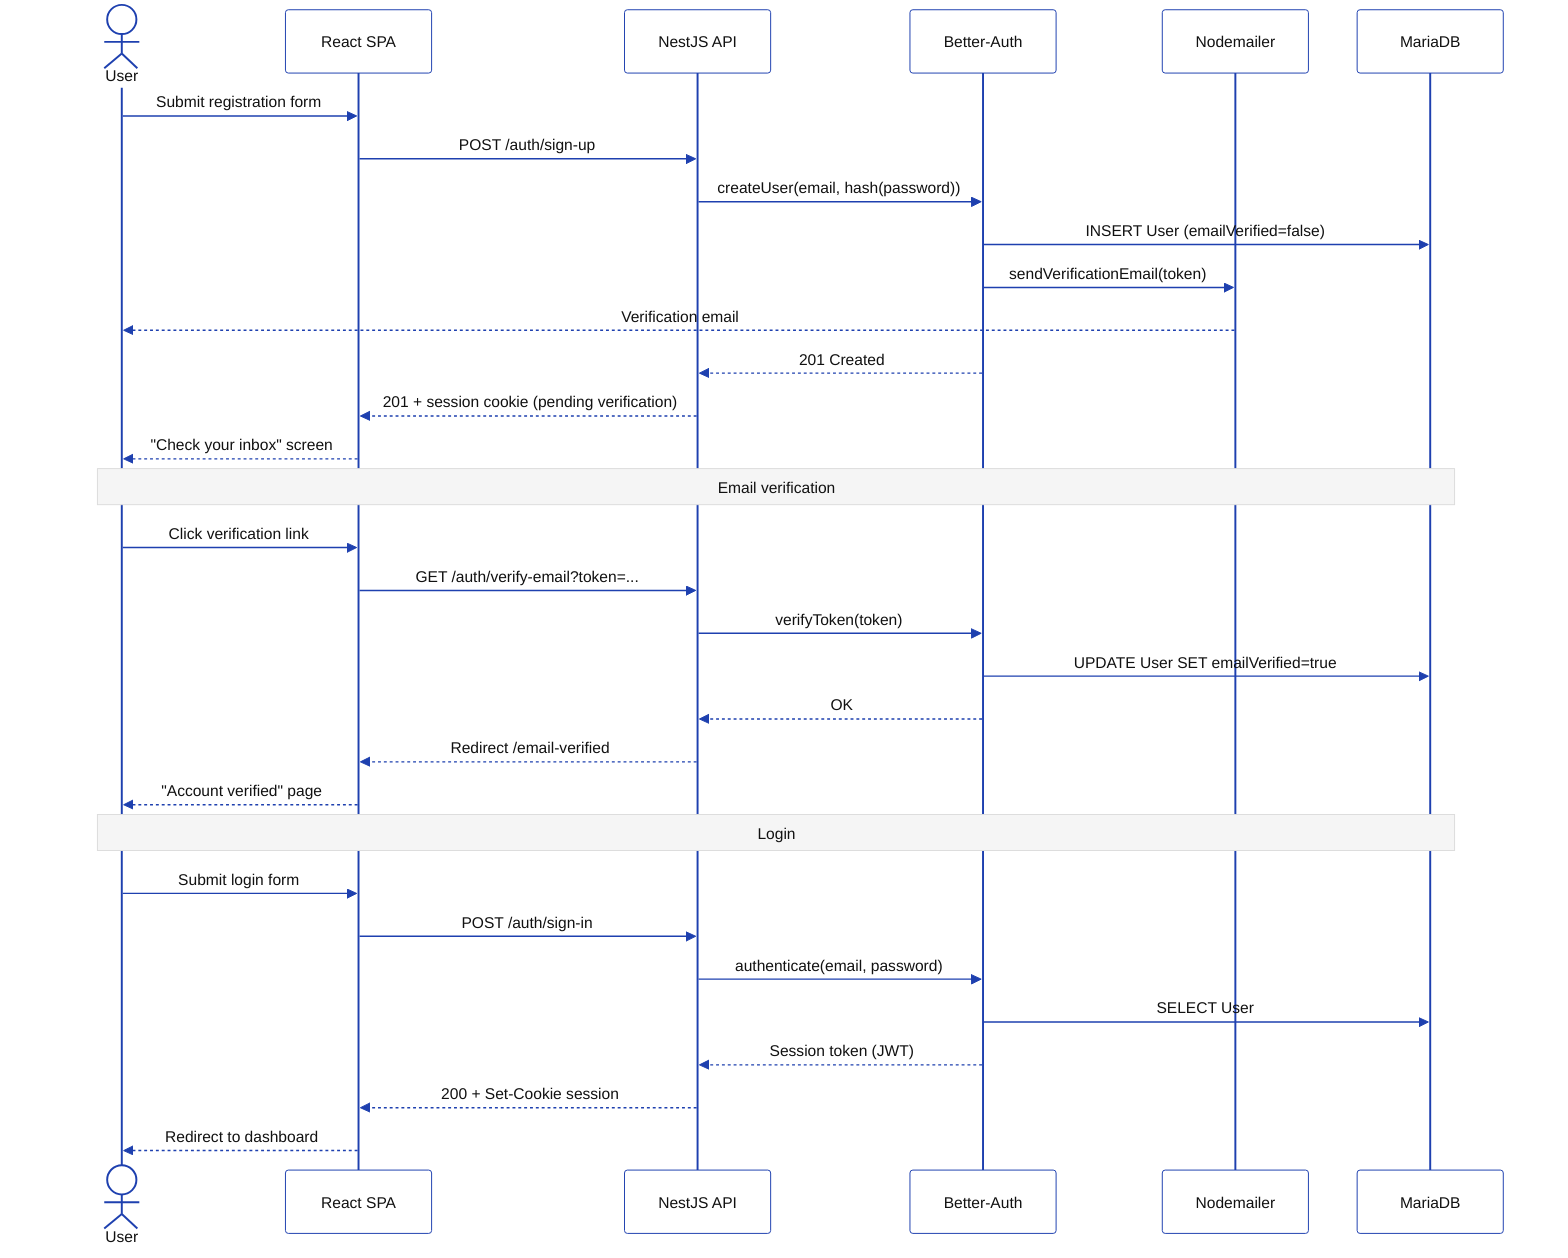
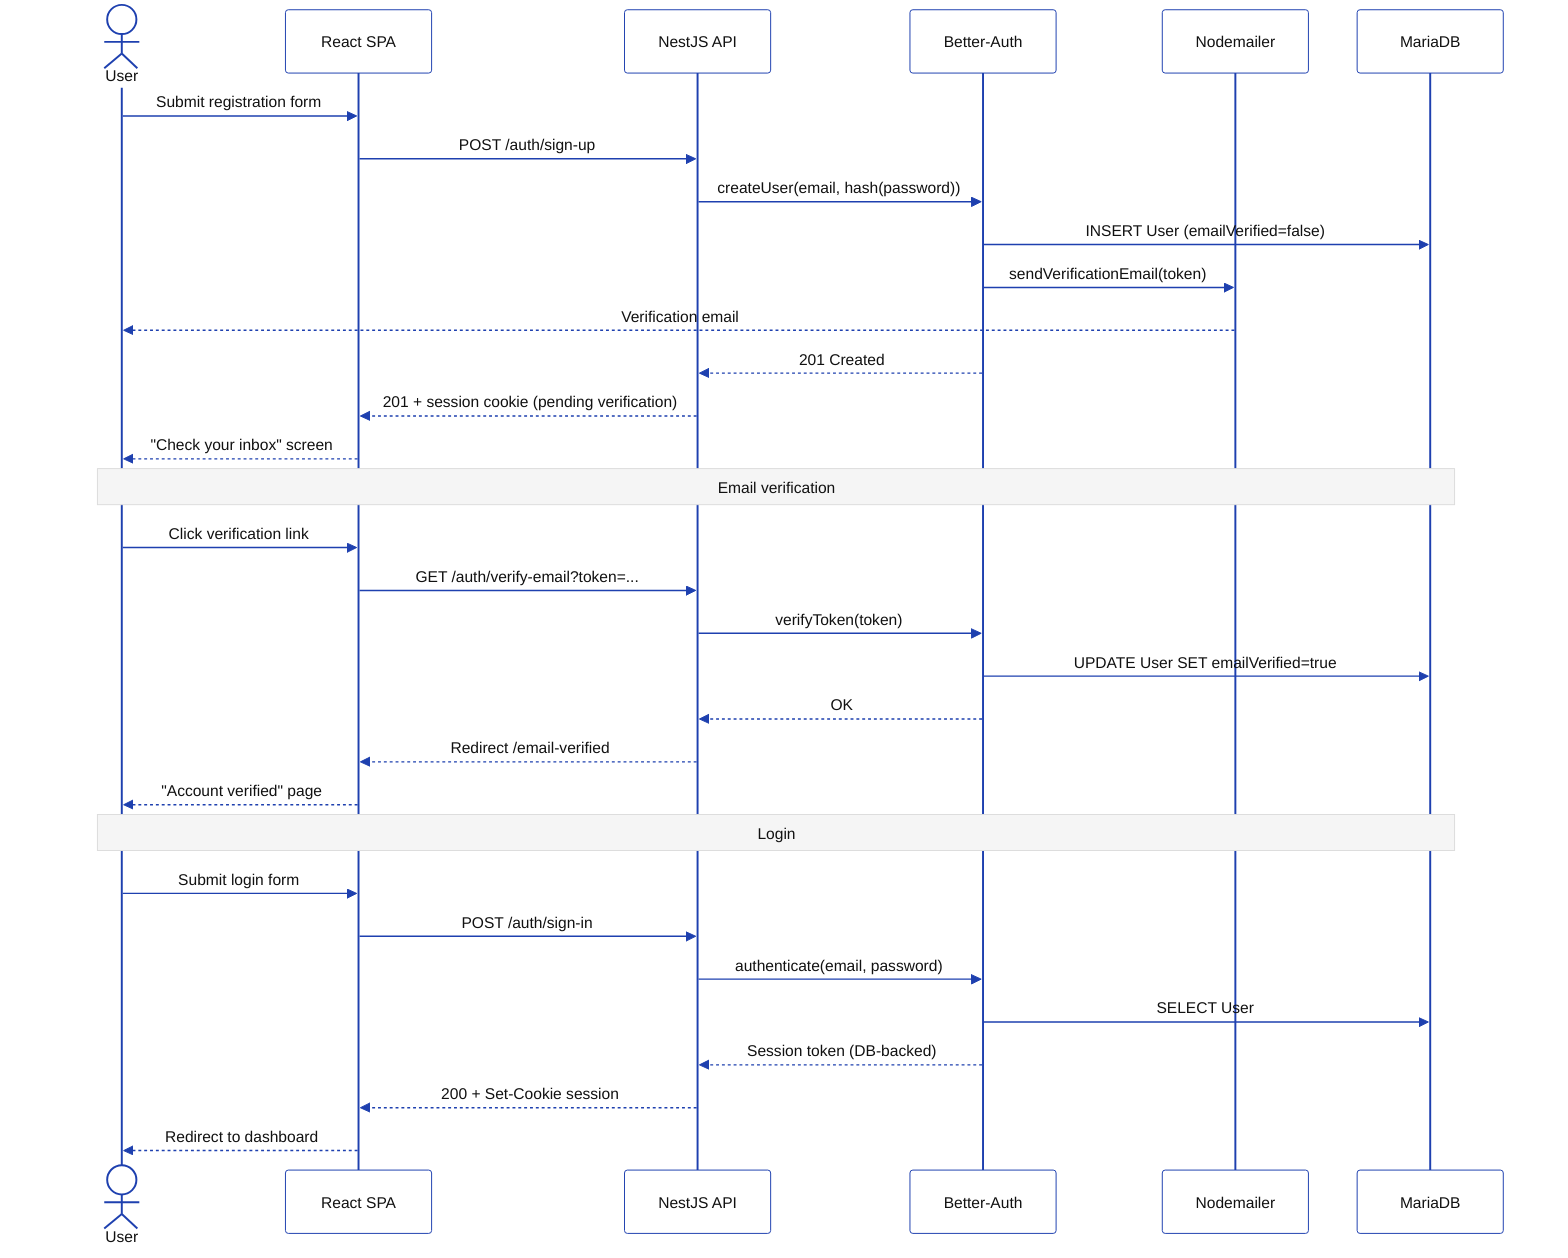
%%{init: {'theme':'base','themeVariables':{'primaryColor':'#F5F5F5','primaryBorderColor':'#1E40AF','primaryTextColor':'#111111','lineColor':'#1E40AF','actorBkg':'#FFFFFF','actorBorder':'#1E40AF','actorTextColor':'#111111','signalColor':'#1E40AF','signalTextColor':'#111111','noteBkgColor':'#F5F5F5','noteTextColor':'#111111','fontFamily':'Helvetica'}}}%%
sequenceDiagram
    actor U as User
    participant FE as React SPA
    participant BE as NestJS API
    participant BA as Better-Auth
    participant MAIL as Nodemailer
    participant DB as MariaDB

    U->>FE: Submit registration form
    FE->>BE: POST /auth/sign-up
    BE->>BA: createUser(email, hash(password))
    BA->>DB: INSERT User (emailVerified=false)
    BA->>MAIL: sendVerificationEmail(token)
    MAIL-->>U: Verification email
    BA-->>BE: 201 Created
    BE-->>FE: 201 + session cookie (pending verification)
    FE-->>U: "Check your inbox" screen

    Note over U,DB: Email verification
    U->>FE: Click verification link
    FE->>BE: GET /auth/verify-email?token=...
    BE->>BA: verifyToken(token)
    BA->>DB: UPDATE User SET emailVerified=true
    BA-->>BE: OK
    BE-->>FE: Redirect /email-verified
    FE-->>U: "Account verified" page

    Note over U,DB: Login
    U->>FE: Submit login form
    FE->>BE: POST /auth/sign-in
    BE->>BA: authenticate(email, password)
    BA->>DB: SELECT User
-     BA-->>BE: Session token (JWT)
+     BA-->>BE: Session token (DB-backed)
    BE-->>FE: 200 + Set-Cookie session
    FE-->>U: Redirect to dashboard
